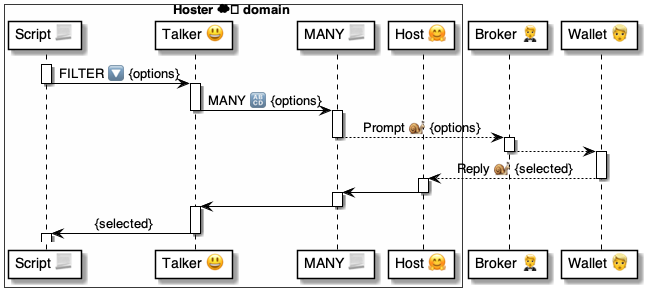
The PlantUML diagram 4 ⚙️ Solution/35 💬 Chats/😃 Talkers/😃⚙️ Talker cmds/...methods 🤵/FILTER 🔽/🔽 FILTER ⚙️ uml.png in pollyweb-org/pollyweb-docs, before a commit. Its source is kept beside it as 4 ⚙️ Solution/35 💬 Chats/😃 Talkers/😃⚙️ Talker cmds/...methods 🤵/FILTER 🔽/🔽 FILTER ⚙️ uml.puml.
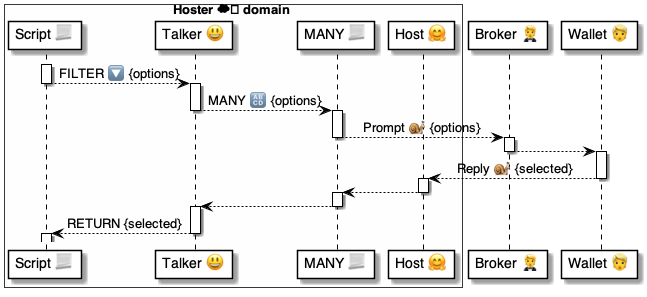
After the commit.

Diff of the diagram source:
```diff
@@ -11,11 +11,11 @@
 participant "Wallet 👱" as wallet
 
 activate script
-    script -> talker: FILTER 🔽 {options}
+    script --> talker: FILTER 🔽 {options}
 deactivate script
 
 activate talker
-    talker -> many: MANY 🔠 {options}
+    talker --> many: MANY 🔠 {options}
 deactivate talker
 
 activate many
@@ -32,15 +32,15 @@
 deactivate wallet
 
 activate host
-    host -> many:
+    host --> many:
 deactivate host
 
 activate many
-    many -> talker:
+    many --> talker:
 deactivate many
 
 activate talker
-    talker -> script: {selected}
+    talker --> script: RETURN {selected}
 deactivate talker
 
 activate script
```
